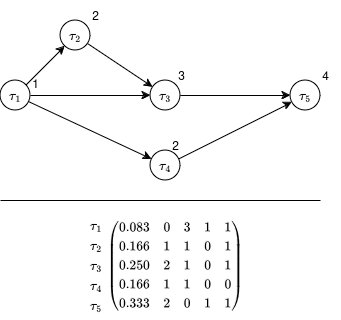
FelicienFG/research-project-AUT keeps this draw.io diagram as report/images/dag_matrix_example.drawio.png. Above is the earlier version. Source tidied: cells renumbered, new cells last; positions are measured from the earlier drawing's top-left corner, leaving out a move shared by most shapes.
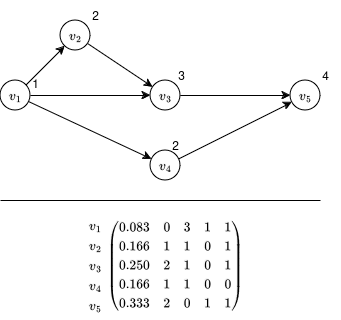
Later version of the same file.

The edit, as a diff of the source:
```diff
@@ -5,19 +5,19 @@
     <mxCell id="2" style="edgeStyle=orthogonalEdgeStyle;rounded=0;jettySize=auto;html=1;" parent="1" edge="1" source="3" target="7">
       <mxGeometry relative="1" as="geometry" />
     </mxCell>
-    <mxCell id="3" value="\(\tau_1\)" style="ellipse;whiteSpace=wrap;html=1;" parent="1" vertex="1">
+    <mxCell id="3" value="\(v_1\)" style="ellipse;whiteSpace=wrap;html=1;" parent="1" vertex="1">
       <mxGeometry y="80" width="30" height="30" as="geometry" />
     </mxCell>
-    <mxCell id="4" value="\(\tau_2\)" style="ellipse;whiteSpace=wrap;html=1;" parent="1" vertex="1">
+    <mxCell id="4" value="\(v_2\)" style="ellipse;whiteSpace=wrap;html=1;" parent="1" vertex="1">
       <mxGeometry x="60" y="20" width="30" height="30" as="geometry" />
     </mxCell>
-    <mxCell id="5" value="\(\tau_4\)" style="ellipse;whiteSpace=wrap;html=1;" parent="1" vertex="1">
+    <mxCell id="5" value="\(v_4\)" style="ellipse;whiteSpace=wrap;html=1;" parent="1" vertex="1">
       <mxGeometry x="150" y="150" width="30" height="30" as="geometry" />
     </mxCell>
-    <mxCell id="6" value="\(\tau_5\)" style="ellipse;whiteSpace=wrap;html=1;" parent="1" vertex="1">
+    <mxCell id="6" value="\(v_5\)" style="ellipse;whiteSpace=wrap;html=1;" parent="1" vertex="1">
       <mxGeometry x="290" y="80" width="30" height="30" as="geometry" />
     </mxCell>
-    <mxCell id="7" value="\(\tau_3\)" style="ellipse;whiteSpace=wrap;html=1;" parent="1" vertex="1">
+    <mxCell id="7" value="\(v_3\)" style="ellipse;whiteSpace=wrap;html=1;" parent="1" vertex="1">
       <mxGeometry x="150" y="80" width="30" height="30" as="geometry" />
     </mxCell>
     <mxCell id="8" style="endArrow=classic;html=1;rounded=0;" parent="1" edge="1" source="3" target="5">
@@ -53,20 +53,20 @@
     <mxCell id="18" value="\(\begin{pmatrix}&lt;br&gt;0.083 &amp;amp; 0 &amp;amp; 3 &amp;amp; 1 &amp;amp; 1\\&lt;br&gt;0.166 &amp;amp; 1 &amp;amp; 1 &amp;amp; 0 &amp;amp; 1\\&lt;br&gt;0.250 &amp;amp; 2 &amp;amp; 1 &amp;amp; 0 &amp;amp; 1\\&lt;br&gt;0.166 &amp;amp; 1 &amp;amp; 1 &amp;amp; 0 &amp;amp; 0\\&lt;br&gt;0.333 &amp;amp; 2 &amp;amp; 0 &amp;amp; 1 &amp;amp; 1&lt;br&gt;\end{pmatrix}\)" style="text;html=1;align=center;verticalAlign=middle;strokeColor=none;fillColor=none;" parent="1" vertex="1">
       <mxGeometry x="100" y="210" width="150" height="110" as="geometry" />
     </mxCell>
-    <mxCell id="19" value="&lt;div&gt;\(\tau_5\)&lt;/div&gt;" style="text;html=1;align=center;verticalAlign=middle;strokeColor=none;fillColor=none;" parent="1" vertex="1">
-      <mxGeometry x="60" y="290" width="70" height="30" as="geometry" />
+    <mxCell id="19" value="&lt;div&gt;\(v_5\)&lt;/div&gt;" style="text;html=1;align=center;verticalAlign=middle;strokeColor=none;fillColor=none;" parent="1" vertex="1">
+      <mxGeometry x="65" y="290" width="60" height="30" as="geometry" />
     </mxCell>
-    <mxCell id="20" value="&lt;div&gt;\(\tau_2\)&lt;/div&gt;" style="text;html=1;align=center;verticalAlign=middle;strokeColor=none;fillColor=none;" parent="1" vertex="1">
-      <mxGeometry x="60" y="230" width="70" height="30" as="geometry" />
+    <mxCell id="20" value="&lt;div&gt;\(v_2\)&lt;/div&gt;" style="text;html=1;align=center;verticalAlign=middle;strokeColor=none;fillColor=none;" parent="1" vertex="1">
+      <mxGeometry x="65" y="230" width="60" height="30" as="geometry" />
     </mxCell>
-    <mxCell id="21" value="&lt;div&gt;\(\tau_3\)&lt;/div&gt;" style="text;html=1;align=center;verticalAlign=middle;strokeColor=none;fillColor=none;" parent="1" vertex="1">
-      <mxGeometry x="60" y="250" width="70" height="30" as="geometry" />
+    <mxCell id="21" value="&lt;div&gt;\(v_3\)&lt;/div&gt;" style="text;html=1;align=center;verticalAlign=middle;strokeColor=none;fillColor=none;" parent="1" vertex="1">
+      <mxGeometry x="65" y="250" width="60" height="30" as="geometry" />
     </mxCell>
-    <mxCell id="22" value="&lt;div&gt;\(\tau_4\)&lt;/div&gt;" style="text;html=1;align=center;verticalAlign=middle;strokeColor=none;fillColor=none;" parent="1" vertex="1">
-      <mxGeometry x="60" y="270" width="70" height="30" as="geometry" />
+    <mxCell id="22" value="&lt;div&gt;\(v_4\)&lt;/div&gt;" style="text;html=1;align=center;verticalAlign=middle;strokeColor=none;fillColor=none;" parent="1" vertex="1">
+      <mxGeometry x="65" y="270" width="60" height="30" as="geometry" />
     </mxCell>
-    <mxCell id="23" value="&lt;div&gt;\(\tau_1\)&lt;/div&gt;" style="text;html=1;align=center;verticalAlign=middle;strokeColor=none;fillColor=none;" parent="1" vertex="1">
-      <mxGeometry x="60" y="210" width="70" height="30" as="geometry" />
+    <mxCell id="23" value="&lt;div&gt;\(v_1\)&lt;/div&gt;" style="text;html=1;align=center;verticalAlign=middle;strokeColor=none;fillColor=none;" parent="1" vertex="1">
+      <mxGeometry x="65" y="210" width="60" height="30" as="geometry" />
     </mxCell>
     <mxCell id="24" style="endArrow=none;html=1;rounded=0;" parent="1" edge="1">
       <mxGeometry relative="1" as="geometry">
```
